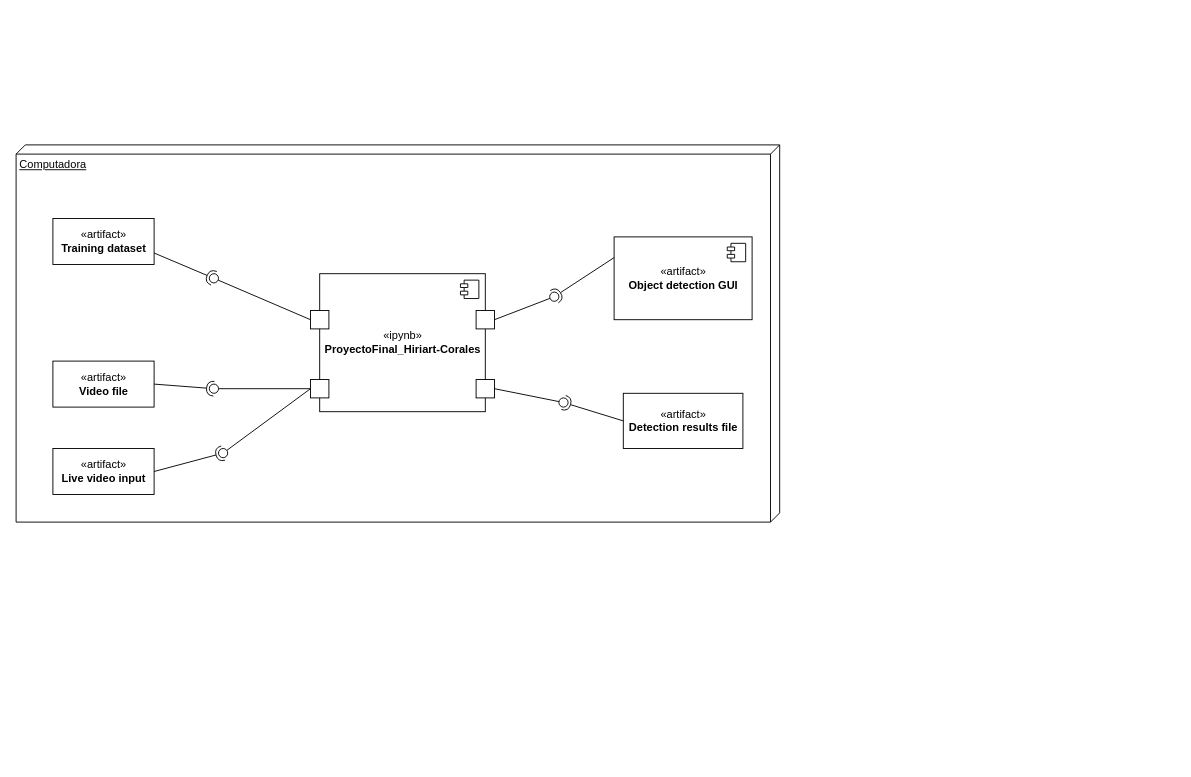
Above: Diseno Proyecto Final_Hiriart Corales.drawio in LuisCoralesM/Final-Project-AI-I_Hiriart-Corales (draw.io), before the change. Source tidied: cells renumbered, new cells numbered last; positions are measured from the earlier drawing's top-left corner, leaving out a move shared by most shapes. Both pictures are drawn from the tidied source at 92%, with x=0, y=0 at pixel (16, 144).
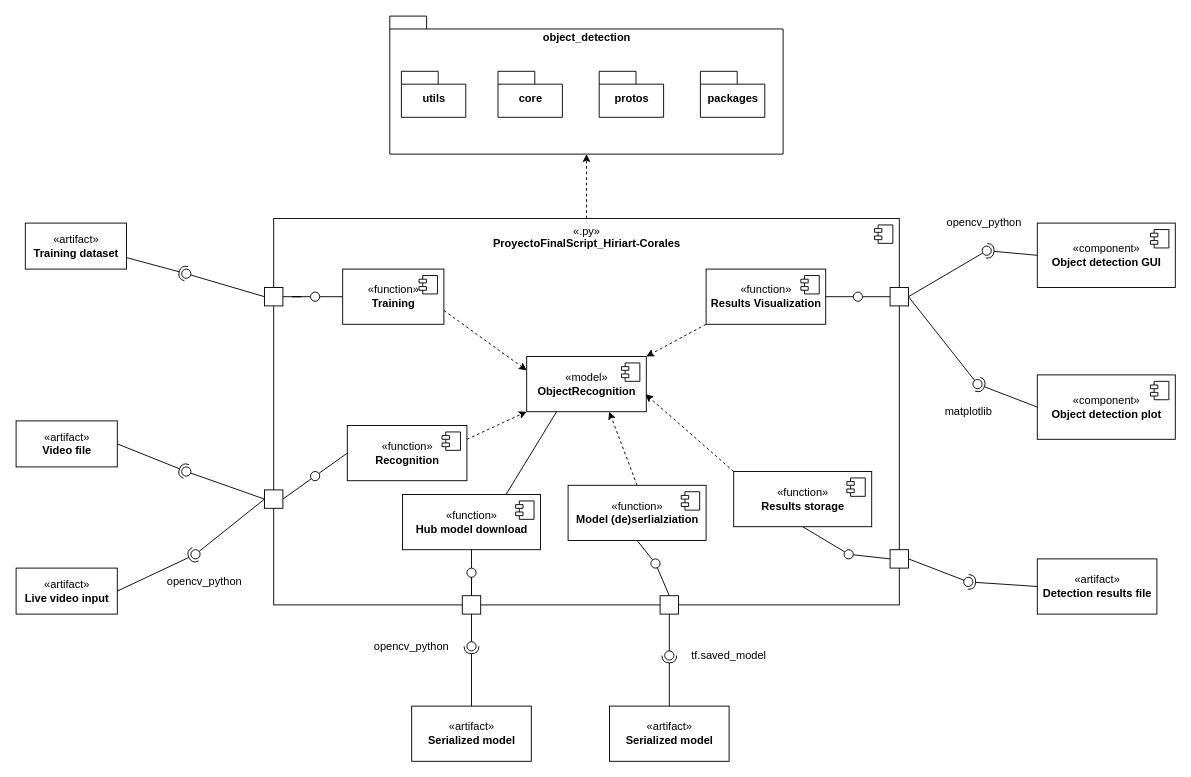
After the change.

What changed in the source:
```diff
@@
-    <mxCell id="2" value="Computadora" style="verticalAlign=top;align=left;spacingTop=8;spacingLeft=2;spacingRight=12;shape=cube;size=10;direction=south;fontStyle=4;html=1;" parent="1" vertex="1">
-      <mxGeometry width="830" height="410" as="geometry" />
-    </mxCell>
     <mxCell id="3" value="«artifact»&lt;br&gt;&lt;b&gt;Video file&lt;/b&gt;" style="html=1;" parent="1" vertex="1">
-      <mxGeometry x="40" y="235" width="110" height="50" as="geometry" />
+      <mxGeometry y="300" width="110" height="50" as="geometry" />
     </mxCell>
     <mxCell id="4" value="«artifact»&lt;br&gt;&lt;b&gt;Training dataset&lt;/b&gt;" style="html=1;" parent="1" vertex="1">
-      <mxGeometry x="40" y="80" width="110" height="50" as="geometry" />
+      <mxGeometry x="10" y="85" width="110" height="50" as="geometry" />
     </mxCell>
@@
     <mxCell id="7" style="ellipse;whiteSpace=wrap;html=1;align=center;points=[];outlineConnect=0;sketch=0;" parent="1" vertex="1">
-      <mxGeometry x="210" y="140" width="10" height="10" as="geometry" />
+      <mxGeometry x="180" y="135" width="10" height="10" as="geometry" />
     </mxCell>
@@
     <mxCell id="10" style="ellipse;whiteSpace=wrap;html=1;align=center;points=[];outlineConnect=0;sketch=0;" parent="1" vertex="1">
-      <mxGeometry x="210" y="260" width="10" height="10" as="geometry" />
+      <mxGeometry x="180" y="350" width="10" height="10" as="geometry" />
     </mxCell>
     <mxCell id="11" style="rounded=0;jettySize=auto;html=1;endArrow=none;endFill=0;sketch=0;sourcePerimeterSpacing=0;targetPerimeterSpacing=0;" parent="1" edge="1" target="13">
       <mxGeometry relative="1" as="geometry">
-        <mxPoint x="450" y="205" as="sourcePoint" />
+        <mxPoint x="450" y="175" as="sourcePoint" />
       </mxGeometry>
     </mxCell>
     <mxCell id="12" style="rounded=0;jettySize=auto;html=1;endArrow=halfCircle;endFill=0;entryX=0.5;entryY=0.5;endSize=6;strokeWidth=1;sketch=0;" parent="1" edge="1" target="13">
       <mxGeometry relative="1" as="geometry">
-        <mxPoint x="490" y="205" as="sourcePoint" />
+        <mxPoint x="490" y="175" as="sourcePoint" />
       </mxGeometry>
     </mxCell>
     <mxCell id="13" style="ellipse;whiteSpace=wrap;html=1;align=center;points=[];outlineConnect=0;sketch=0;" parent="1" vertex="1">
-      <mxGeometry x="465" y="200" width="10" height="10" as="geometry" />
+      <mxGeometry x="465" y="170" width="10" height="10" as="geometry" />
     </mxCell>
-    <mxCell id="14" value="«artifact»&lt;br&gt;&lt;b&gt;Object detection GUI&lt;/b&gt;" style="html=1;" parent="1" vertex="1">
-      <mxGeometry x="650" y="100" width="150" height="90" as="geometry" />
+    <mxCell id="14" value="«component»&lt;br&gt;&lt;b&gt;Object detection GUI&lt;/b&gt;" style="html=1;" parent="1" vertex="1">
+      <mxGeometry x="1110" y="85" width="150" height="70" as="geometry" />
     </mxCell>
@@
     <mxCell id="16" value="«artifact»&lt;br&gt;&lt;b&gt;Detection results file&lt;/b&gt;" style="html=1;" parent="1" vertex="1">
-      <mxGeometry x="660" y="270" width="130" height="60" as="geometry" />
+      <mxGeometry x="1110" y="450" width="130" height="60" as="geometry" />
     </mxCell>
+    <mxCell id="33" style="edgeStyle=orthogonalEdgeStyle;rounded=0;jettySize=auto;html=1;exitX=0.5;exitY=0;exitDx=0;exitDy=0;dashed=1;" parent="1" edge="1" source="17" target="92">
+      <mxGeometry relative="1" as="geometry" />
+    </mxCell>
-    <mxCell id="17" value="«ipynb»&lt;br&gt;&lt;b&gt;ProyectoFinal_Hiriart-Corales&lt;/b&gt;" style="html=1;" parent="1" vertex="1">
-      <mxGeometry x="330" y="140" width="180" height="150" as="geometry" />
+    <mxCell id="17" value="«.py»&lt;br&gt;&lt;b&gt;ProyectoFinalScript_Hiriart-Corales&lt;/b&gt;" style="html=1;verticalAlign=top;" parent="1" vertex="1">
+      <mxGeometry x="280" y="80" width="680" height="420" as="geometry" />
     </mxCell>
@@
+    <mxCell id="34" style="edgeStyle=orthogonalEdgeStyle;rounded=0;jettySize=auto;html=1;exitX=1;exitY=0.5;exitDx=0;exitDy=0;endArrow=none;endFill=0;" parent="1" edge="1" source="19" target="72">
+      <mxGeometry relative="1" as="geometry" />
+    </mxCell>
     <mxCell id="19" style="whiteSpace=wrap;html=1;" parent="1" vertex="1">
-      <mxGeometry x="320" y="180" width="20" height="20" as="geometry" />
+      <mxGeometry x="270" y="155" width="20" height="20" as="geometry" />
     </mxCell>
+    <mxCell id="35" style="rounded=0;jettySize=auto;html=1;exitX=1;exitY=0.5;exitDx=0;exitDy=0;endArrow=none;endFill=0;" parent="1" edge="1" source="20" target="68">
+      <mxGeometry relative="1" as="geometry" />
+    </mxCell>
     <mxCell id="20" style="whiteSpace=wrap;html=1;" parent="1" vertex="1">
-      <mxGeometry x="320" y="255" width="20" height="20" as="geometry" />
+      <mxGeometry x="270" y="375" width="20" height="20" as="geometry" />
     </mxCell>
+    <mxCell id="36" style="edgeStyle=none;rounded=0;jettySize=auto;html=1;exitX=0;exitY=0.5;exitDx=0;exitDy=0;endArrow=none;endFill=0;" parent="1" edge="1" source="21" target="64">
+      <mxGeometry relative="1" as="geometry" />
+    </mxCell>
     <mxCell id="21" style="whiteSpace=wrap;html=1;" parent="1" vertex="1">
-      <mxGeometry x="500" y="180" width="20" height="20" as="geometry" />
+      <mxGeometry x="950" y="155" width="20" height="20" as="geometry" />
     </mxCell>
+    <mxCell id="37" style="edgeStyle=none;rounded=0;jettySize=auto;html=1;exitX=0;exitY=0.5;exitDx=0;exitDy=0;endArrow=none;endFill=0;" parent="1" edge="1" source="22" target="70">
+      <mxGeometry relative="1" as="geometry" />
+    </mxCell>
     <mxCell id="22" style="whiteSpace=wrap;html=1;" parent="1" vertex="1">
-      <mxGeometry x="500" y="255" width="20" height="20" as="geometry" />
+      <mxGeometry x="950" y="440" width="20" height="20" as="geometry" />
     </mxCell>
@@
-    <mxCell id="24" style="rounded=0;jettySize=auto;html=1;endArrow=halfCircle;endFill=0;entryX=0.5;entryY=0.5;endSize=6;strokeWidth=1;sketch=0;exitX=0;exitY=0.25;exitDx=0;exitDy=0;" parent="1" edge="1" source="14" target="25">
+    <mxCell id="24" style="rounded=0;jettySize=auto;html=1;endArrow=halfCircle;endFill=0;entryX=0.5;entryY=0.5;endSize=6;strokeWidth=1;sketch=0;exitX=0;exitY=0.5;exitDx=0;exitDy=0;" parent="1" edge="1" source="14" target="25">
       <mxGeometry relative="1" as="geometry" />
     </mxCell>
     <mxCell id="25" style="ellipse;whiteSpace=wrap;html=1;align=center;points=[];outlineConnect=0;sketch=0;" parent="1" vertex="1">
-      <mxGeometry x="580" y="160" width="10" height="10" as="geometry" />
+      <mxGeometry x="1050" y="110" width="10" height="10" as="geometry" />
     </mxCell>
@@
     <mxCell id="28" style="ellipse;whiteSpace=wrap;html=1;align=center;points=[];outlineConnect=0;sketch=0;" parent="1" vertex="1">
-      <mxGeometry x="590" y="275" width="10" height="10" as="geometry" />
+      <mxGeometry x="1030" y="470" width="10" height="10" as="geometry" />
     </mxCell>
     <mxCell id="29" value="«artifact»&lt;br&gt;&lt;b&gt;Live video input&lt;/b&gt;" style="html=1;" parent="1" vertex="1">
-      <mxGeometry x="40" y="330" width="110" height="50" as="geometry" />
+      <mxGeometry y="460" width="110" height="50" as="geometry" />
     </mxCell>
@@
     <mxCell id="32" style="ellipse;whiteSpace=wrap;html=1;align=center;points=[];outlineConnect=0;sketch=0;" parent="1" vertex="1">
-      <mxGeometry x="220" y="330" width="10" height="10" as="geometry" />
+      <mxGeometry x="190" y="440" width="10" height="10" as="geometry" />
     </mxCell>
+    <mxCell id="38" value="opencv_python" style="text;html=1;strokeColor=none;fillColor=none;align=center;verticalAlign=middle;whiteSpace=wrap;rounded=0;" parent="1" vertex="1">
+      <mxGeometry x="160" y="460" width="90" height="30" as="geometry" />
+    </mxCell>
+    <mxCell id="39" value="opencv_python" style="text;html=1;strokeColor=none;fillColor=none;align=center;verticalAlign=middle;whiteSpace=wrap;rounded=0;" parent="1" vertex="1">
+      <mxGeometry x="1010" y="70" width="85" height="30" as="geometry" />
+    </mxCell>
+    <mxCell id="40" style="edgeStyle=none;rounded=0;jettySize=auto;html=1;exitX=0.5;exitY=0;exitDx=0;exitDy=0;endArrow=none;endFill=0;" parent="1" edge="1" source="41" target="66">
+      <mxGeometry relative="1" as="geometry" />
+    </mxCell>
+    <mxCell id="41" style="whiteSpace=wrap;html=1;" parent="1" vertex="1">
+      <mxGeometry x="700" y="490" width="20" height="20" as="geometry" />
+    </mxCell>
+    <mxCell id="42" value="«artifact»&lt;br&gt;&lt;b&gt;Serialized model&lt;br&gt;&lt;/b&gt;" style="html=1;" parent="1" vertex="1">
+      <mxGeometry x="645" y="610" width="130" height="60" as="geometry" />
+    </mxCell>
+    <mxCell id="43" style="rounded=0;jettySize=auto;html=1;endArrow=none;endFill=0;sketch=0;sourcePerimeterSpacing=0;targetPerimeterSpacing=0;exitX=0.5;exitY=1;exitDx=0;exitDy=0;" parent="1" edge="1" source="41" target="45">
+      <mxGeometry relative="1" as="geometry" />
+    </mxCell>
+    <mxCell id="44" style="rounded=0;jettySize=auto;html=1;endArrow=halfCircle;endFill=0;entryX=0.5;entryY=0.5;endSize=6;strokeWidth=1;sketch=0;exitX=0.5;exitY=0;exitDx=0;exitDy=0;" parent="1" edge="1" source="42" target="45">
+      <mxGeometry relative="1" as="geometry" />
+    </mxCell>
+    <mxCell id="45" style="ellipse;whiteSpace=wrap;html=1;align=center;points=[];outlineConnect=0;sketch=0;" parent="1" vertex="1">
+      <mxGeometry x="705" y="550" width="10" height="10" as="geometry" />
+    </mxCell>
+    <mxCell id="46" value="«model»&lt;br&gt;&lt;b&gt;ObjectRecognition&lt;/b&gt;" style="html=1;" parent="1" vertex="1">
+      <mxGeometry x="555" y="230" width="130" height="60" as="geometry" />
+    </mxCell>
+    <mxCell id="47" style="shape=module;jettyWidth=8;jettyHeight=4;" parent="46" vertex="1">
+      <mxGeometry x="1" width="20" height="20" relative="1" as="geometry">
+        <mxPoint x="-27" y="7" as="offset" />
+      </mxGeometry>
+    </mxCell>
+    <mxCell id="48" style="edgeStyle=none;rounded=0;jettySize=auto;html=1;exitX=1;exitY=0.75;exitDx=0;exitDy=0;entryX=0;entryY=0.25;entryDx=0;entryDy=0;endArrow=classic;endFill=1;dashed=1;" parent="1" edge="1" source="49" target="46">
+      <mxGeometry relative="1" as="geometry" />
+    </mxCell>
+    <mxCell id="49" value="«function»&lt;br&gt;&lt;b&gt;Training&lt;/b&gt;" style="html=1;" parent="1" vertex="1">
+      <mxGeometry x="355" y="135" width="110" height="60" as="geometry" />
+    </mxCell>
+    <mxCell id="50" style="shape=module;jettyWidth=8;jettyHeight=4;" parent="49" vertex="1">
+      <mxGeometry x="1" width="20" height="20" relative="1" as="geometry">
+        <mxPoint x="-27" y="7" as="offset" />
+      </mxGeometry>
+    </mxCell>
+    <mxCell id="51" style="edgeStyle=none;rounded=0;jettySize=auto;html=1;exitX=0;exitY=1;exitDx=0;exitDy=0;entryX=1;entryY=0;entryDx=0;entryDy=0;dashed=1;endArrow=classic;endFill=1;" parent="1" edge="1" source="52" target="46">
+      <mxGeometry relative="1" as="geometry" />
+    </mxCell>
+    <mxCell id="52" value="«function»&lt;br&gt;&lt;b&gt;Results Visualization&lt;/b&gt;" style="html=1;" parent="1" vertex="1">
+      <mxGeometry x="750" y="135" width="130" height="60" as="geometry" />
+    </mxCell>
+    <mxCell id="53" style="shape=module;jettyWidth=8;jettyHeight=4;" parent="52" vertex="1">
+      <mxGeometry x="1" width="20" height="20" relative="1" as="geometry">
+        <mxPoint x="-27" y="7" as="offset" />
+      </mxGeometry>
+    </mxCell>
+    <mxCell id="54" style="edgeStyle=none;rounded=0;jettySize=auto;html=1;exitX=0.5;exitY=0;exitDx=0;exitDy=0;entryX=0.69;entryY=1;entryDx=0;entryDy=0;entryPerimeter=0;dashed=1;endArrow=classic;endFill=1;" parent="1" edge="1" source="55" target="46">
+      <mxGeometry relative="1" as="geometry" />
+    </mxCell>
+    <mxCell id="55" value="«function»&lt;br&gt;&lt;b&gt;Model (de)serlialziation&lt;/b&gt;" style="html=1;" parent="1" vertex="1">
+      <mxGeometry x="600" y="370" width="150" height="60" as="geometry" />
+    </mxCell>
+    <mxCell id="56" style="shape=module;jettyWidth=8;jettyHeight=4;" parent="55" vertex="1">
+      <mxGeometry x="1" width="20" height="20" relative="1" as="geometry">
+        <mxPoint x="-27" y="7" as="offset" />
+      </mxGeometry>
+    </mxCell>
+    <mxCell id="57" style="edgeStyle=none;rounded=0;jettySize=auto;html=1;exitX=1;exitY=0.25;exitDx=0;exitDy=0;entryX=0;entryY=1;entryDx=0;entryDy=0;dashed=1;endArrow=classic;endFill=1;" parent="1" edge="1" source="58" target="46">
+      <mxGeometry relative="1" as="geometry" />
+    </mxCell>
+    <mxCell id="58" value="«function»&lt;br&gt;&lt;b&gt;Recognition&lt;/b&gt;" style="html=1;" parent="1" vertex="1">
+      <mxGeometry x="360" y="305" width="130" height="60" as="geometry" />
+    </mxCell>
+    <mxCell id="59" style="shape=module;jettyWidth=8;jettyHeight=4;" parent="58" vertex="1">
+      <mxGeometry x="1" width="20" height="20" relative="1" as="geometry">
+        <mxPoint x="-27" y="7" as="offset" />
+      </mxGeometry>
+    </mxCell>
+    <mxCell id="60" style="edgeStyle=none;rounded=0;jettySize=auto;html=1;exitX=0;exitY=0;exitDx=0;exitDy=0;entryX=0.993;entryY=0.683;entryDx=0;entryDy=0;entryPerimeter=0;dashed=1;endArrow=classic;endFill=1;" parent="1" edge="1" source="61" target="46">
+      <mxGeometry relative="1" as="geometry" />
+    </mxCell>
+    <mxCell id="61" value="«function»&lt;br&gt;&lt;b&gt;Results storage&lt;/b&gt;" style="html=1;" parent="1" vertex="1">
+      <mxGeometry x="780" y="355" width="150" height="60" as="geometry" />
+    </mxCell>
+    <mxCell id="62" style="shape=module;jettyWidth=8;jettyHeight=4;" parent="61" vertex="1">
+      <mxGeometry x="1" width="20" height="20" relative="1" as="geometry">
+        <mxPoint x="-27" y="7" as="offset" />
+      </mxGeometry>
+    </mxCell>
+    <mxCell id="63" style="rounded=0;jettySize=auto;html=1;endArrow=none;endFill=0;sketch=0;sourcePerimeterSpacing=0;targetPerimeterSpacing=0;exitX=1;exitY=0.5;exitDx=0;exitDy=0;" parent="1" edge="1" source="52" target="64">
+      <mxGeometry relative="1" as="geometry" />
+    </mxCell>
+    <mxCell id="64" style="ellipse;whiteSpace=wrap;html=1;align=center;points=[];outlineConnect=0;sketch=0;" parent="1" vertex="1">
+      <mxGeometry x="910" y="160" width="10" height="10" as="geometry" />
+    </mxCell>
+    <mxCell id="65" style="rounded=0;jettySize=auto;html=1;endArrow=none;endFill=0;sketch=0;sourcePerimeterSpacing=0;targetPerimeterSpacing=0;exitX=0.5;exitY=1;exitDx=0;exitDy=0;" parent="1" edge="1" source="55" target="66">
+      <mxGeometry relative="1" as="geometry" />
+    </mxCell>
+    <mxCell id="66" style="ellipse;whiteSpace=wrap;html=1;align=center;points=[];outlineConnect=0;sketch=0;" parent="1" vertex="1">
+      <mxGeometry x="690" y="450" width="10" height="10" as="geometry" />
+    </mxCell>
+    <mxCell id="67" style="rounded=0;jettySize=auto;html=1;endArrow=none;endFill=0;sketch=0;sourcePerimeterSpacing=0;targetPerimeterSpacing=0;exitX=0;exitY=0.5;exitDx=0;exitDy=0;" parent="1" edge="1" source="58" target="68">
+      <mxGeometry relative="1" as="geometry" />
+    </mxCell>
+    <mxCell id="68" style="ellipse;whiteSpace=wrap;html=1;align=center;points=[];outlineConnect=0;sketch=0;" parent="1" vertex="1">
+      <mxGeometry x="320" y="355" width="10" height="10" as="geometry" />
+    </mxCell>
+    <mxCell id="69" style="rounded=0;jettySize=auto;html=1;endArrow=none;endFill=0;sketch=0;sourcePerimeterSpacing=0;targetPerimeterSpacing=0;exitX=0.5;exitY=1;exitDx=0;exitDy=0;" parent="1" edge="1" source="61" target="70">
+      <mxGeometry relative="1" as="geometry" />
+    </mxCell>
+    <mxCell id="70" style="ellipse;whiteSpace=wrap;html=1;align=center;points=[];outlineConnect=0;sketch=0;" parent="1" vertex="1">
+      <mxGeometry x="900" y="440" width="10" height="10" as="geometry" />
+    </mxCell>
+    <mxCell id="71" style="rounded=0;jettySize=auto;html=1;endArrow=none;endFill=0;sketch=0;sourcePerimeterSpacing=0;targetPerimeterSpacing=0;exitX=0;exitY=0.5;exitDx=0;exitDy=0;" parent="1" edge="1" source="49" target="72">
+      <mxGeometry relative="1" as="geometry" />
+    </mxCell>
+    <mxCell id="72" style="ellipse;whiteSpace=wrap;html=1;align=center;points=[];outlineConnect=0;sketch=0;" parent="1" vertex="1">
+      <mxGeometry x="320" y="160" width="10" height="10" as="geometry" />
+    </mxCell>
+    <mxCell id="73" style="rounded=0;jettySize=auto;html=1;endArrow=none;endFill=0;sketch=0;sourcePerimeterSpacing=0;targetPerimeterSpacing=0;exitX=1;exitY=0.5;exitDx=0;exitDy=0;" parent="1" edge="1" source="21" target="75">
+      <mxGeometry relative="1" as="geometry" />
+    </mxCell>
+    <mxCell id="74" style="rounded=0;jettySize=auto;html=1;endArrow=halfCircle;endFill=0;entryX=0.5;entryY=0.5;endSize=6;strokeWidth=1;sketch=0;exitX=0;exitY=0.5;exitDx=0;exitDy=0;" parent="1" edge="1" source="76" target="75">
+      <mxGeometry relative="1" as="geometry" />
+    </mxCell>
+    <mxCell id="75" style="ellipse;whiteSpace=wrap;html=1;align=center;points=[];outlineConnect=0;sketch=0;" parent="1" vertex="1">
+      <mxGeometry x="1040" y="255" width="10" height="10" as="geometry" />
+    </mxCell>
+    <mxCell id="76" value="«component»&lt;br&gt;&lt;b&gt;Object detection plot&lt;br&gt;&lt;/b&gt;" style="html=1;" parent="1" vertex="1">
+      <mxGeometry x="1110" y="250" width="150" height="70" as="geometry" />
+    </mxCell>
+    <mxCell id="77" style="shape=module;jettyWidth=8;jettyHeight=4;" parent="76" vertex="1">
+      <mxGeometry x="1" width="20" height="20" relative="1" as="geometry">
+        <mxPoint x="-27" y="7" as="offset" />
+      </mxGeometry>
+    </mxCell>
+    <mxCell id="78" value="matplotlib" style="text;html=1;strokeColor=none;fillColor=none;align=center;verticalAlign=middle;whiteSpace=wrap;rounded=0;" parent="1" vertex="1">
+      <mxGeometry x="992.5" y="275" width="85" height="30" as="geometry" />
+    </mxCell>
+    <mxCell id="79" value="«function»&lt;br&gt;&lt;b&gt;Hub model download&lt;/b&gt;" style="html=1;" parent="1" vertex="1">
+      <mxGeometry x="420" y="380" width="150" height="60" as="geometry" />
+    </mxCell>
+    <mxCell id="80" style="shape=module;jettyWidth=8;jettyHeight=4;" parent="79" vertex="1">
+      <mxGeometry x="1" width="20" height="20" relative="1" as="geometry">
+        <mxPoint x="-27" y="7" as="offset" />
+      </mxGeometry>
+    </mxCell>
+    <mxCell id="81" style="edgeStyle=none;rounded=0;jettySize=auto;html=1;exitX=0.75;exitY=0;exitDx=0;exitDy=0;entryX=0.25;entryY=1;entryDx=0;entryDy=0;endArrow=none;endFill=0;" parent="1" edge="1" source="79" target="46">
+      <mxGeometry relative="1" as="geometry" />
+    </mxCell>
+    <mxCell id="82" style="edgeStyle=orthogonalEdgeStyle;rounded=0;jettySize=auto;html=1;exitX=0.5;exitY=0;exitDx=0;exitDy=0;endArrow=none;endFill=0;" parent="1" edge="1" source="83" target="85">
+      <mxGeometry relative="1" as="geometry" />
+    </mxCell>
+    <mxCell id="83" style="whiteSpace=wrap;html=1;" parent="1" vertex="1">
+      <mxGeometry x="485" y="490" width="20" height="20" as="geometry" />
+    </mxCell>
+    <mxCell id="84" style="rounded=0;jettySize=auto;html=1;endArrow=none;endFill=0;sketch=0;sourcePerimeterSpacing=0;targetPerimeterSpacing=0;exitX=0.5;exitY=1;exitDx=0;exitDy=0;" parent="1" edge="1" source="79" target="85">
+      <mxGeometry relative="1" as="geometry" />
+    </mxCell>
+    <mxCell id="85" style="ellipse;whiteSpace=wrap;html=1;align=center;points=[];outlineConnect=0;sketch=0;" parent="1" vertex="1">
+      <mxGeometry x="490" y="460" width="10" height="10" as="geometry" />
+    </mxCell>
+    <mxCell id="86" value="«artifact»&lt;br&gt;&lt;b&gt;Serialized model&lt;br&gt;&lt;/b&gt;" style="html=1;" parent="1" vertex="1">
+      <mxGeometry x="430" y="610" width="130" height="60" as="geometry" />
+    </mxCell>
+    <mxCell id="87" style="rounded=0;jettySize=auto;html=1;endArrow=none;endFill=0;sketch=0;sourcePerimeterSpacing=0;targetPerimeterSpacing=0;exitX=0.5;exitY=1;exitDx=0;exitDy=0;" parent="1" edge="1" source="83" target="89">
+      <mxGeometry relative="1" as="geometry" />
+    </mxCell>
+    <mxCell id="88" style="rounded=0;jettySize=auto;html=1;endArrow=halfCircle;endFill=0;entryX=0.5;entryY=0.5;endSize=6;strokeWidth=1;sketch=0;exitX=0.5;exitY=0;exitDx=0;exitDy=0;" parent="1" edge="1" source="86" target="89">
+      <mxGeometry relative="1" as="geometry" />
+    </mxCell>
+    <mxCell id="89" style="ellipse;whiteSpace=wrap;html=1;align=center;points=[];outlineConnect=0;sketch=0;" parent="1" vertex="1">
+      <mxGeometry x="490" y="540" width="10" height="10" as="geometry" />
+    </mxCell>
+    <mxCell id="90" value="opencv_python" style="text;html=1;strokeColor=none;fillColor=none;align=center;verticalAlign=middle;whiteSpace=wrap;rounded=0;" parent="1" vertex="1">
+      <mxGeometry x="385" y="530" width="90" height="30" as="geometry" />
+    </mxCell>
+    <mxCell id="91" value="tf.saved_model" style="text;html=1;strokeColor=none;fillColor=none;align=center;verticalAlign=middle;whiteSpace=wrap;rounded=0;" parent="1" vertex="1">
+      <mxGeometry x="730" y="540" width="90" height="30" as="geometry" />
+    </mxCell>
+    <mxCell id="92" value="object_detection" style="shape=folder;fontStyle=1;spacingTop=10;tabWidth=40;tabHeight=14;tabPosition=left;html=1;verticalAlign=top;" parent="1" vertex="1">
+      <mxGeometry x="406.2" y="-140" width="427.5" height="150" as="geometry" />
+    </mxCell>
+    <mxCell id="93" value="utils" style="shape=folder;fontStyle=1;spacingTop=10;tabWidth=40;tabHeight=14;tabPosition=left;html=1;" parent="1" vertex="1">
+      <mxGeometry x="418.8" y="-80" width="70" height="50" as="geometry" />
+    </mxCell>
+    <mxCell id="94" value="protos" style="shape=folder;fontStyle=1;spacingTop=10;tabWidth=40;tabHeight=14;tabPosition=left;html=1;" parent="1" vertex="1">
+      <mxGeometry x="633.8" y="-80" width="70" height="50" as="geometry" />
+    </mxCell>
+    <mxCell id="95" value="packages" style="shape=folder;fontStyle=1;spacingTop=10;tabWidth=40;tabHeight=14;tabPosition=left;html=1;" parent="1" vertex="1">
+      <mxGeometry x="743.8" y="-80" width="70" height="50" as="geometry" />
+    </mxCell>
+    <mxCell id="96" value="core" style="shape=folder;fontStyle=1;spacingTop=10;tabWidth=40;tabHeight=14;tabPosition=left;html=1;" parent="1" vertex="1">
+      <mxGeometry x="523.8" y="-80" width="70" height="50" as="geometry" />
+    </mxCell>
```
